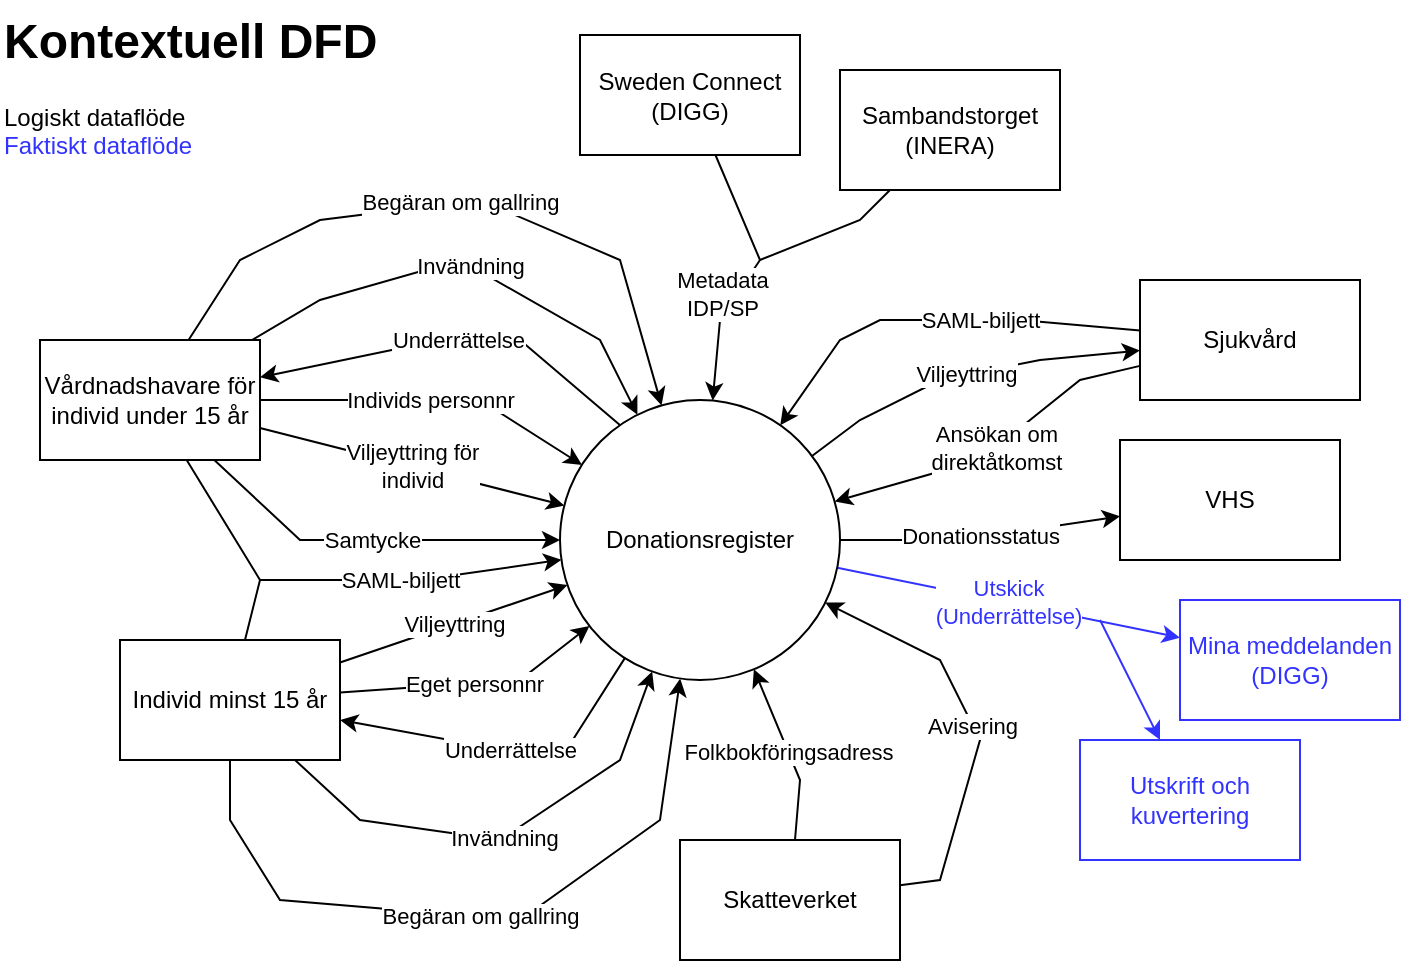
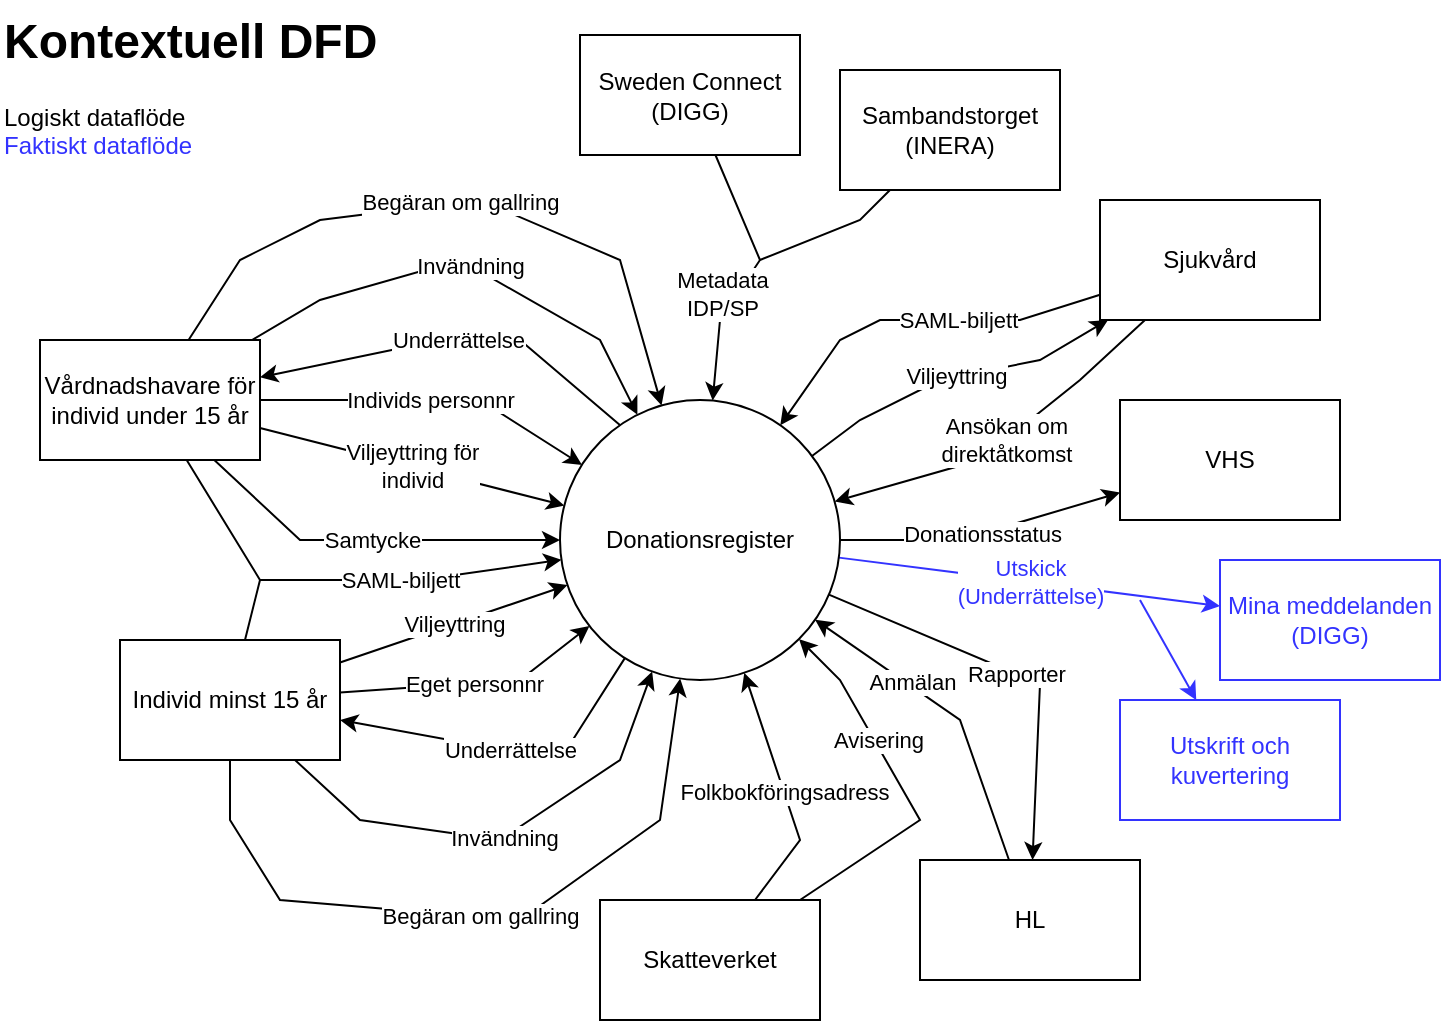
<mxfile host="app.diagrams.net" pages="3">
  <diagram name="Kontextuell DFD" id="F3DC_KPKV7Cfi4B8QXFW">
    <mxGraphModel dx="1172" dy="678" grid="1" gridSize="10" guides="1" tooltips="1" connect="1" arrows="1" fold="1" page="1" pageScale="1" pageWidth="827" pageHeight="1169" math="0" shadow="0">
      <root>
        <mxCell id="0" />
        <mxCell id="1" parent="0" />
        <mxCell id="8-SjN_EHFgN-SorVCnXN-8" edge="1" parent="1" source="8-SjN_EHFgN-SorVCnXN-1" style="edgeStyle=none;shape=connector;rounded=0;orthogonalLoop=1;jettySize=auto;html=1;strokeColor=default;align=center;verticalAlign=middle;fontFamily=Helvetica;fontSize=11;fontColor=default;labelBackgroundColor=default;endArrow=classic;exitX=0.238;exitY=0.11;exitDx=0;exitDy=0;exitPerimeter=0;" target="8-SjN_EHFgN-SorVCnXN-2" value="Underrättelse">
          <mxGeometry relative="1" as="geometry">
            <Array as="points">
              <mxPoint x="300" y="210" />
              <mxPoint x="260" y="210" />
            </Array>
          </mxGeometry>
        </mxCell>
        <mxCell id="8-SjN_EHFgN-SorVCnXN-9" edge="1" parent="1" source="8-SjN_EHFgN-SorVCnXN-1" style="edgeStyle=none;shape=connector;rounded=0;orthogonalLoop=1;jettySize=auto;html=1;strokeColor=default;align=center;verticalAlign=middle;fontFamily=Helvetica;fontSize=11;fontColor=default;labelBackgroundColor=default;endArrow=classic;" target="8-SjN_EHFgN-SorVCnXN-4" value="Underrättelse">
          <mxGeometry relative="1" as="geometry">
            <Array as="points">
              <mxPoint x="320" y="420" />
            </Array>
          </mxGeometry>
        </mxCell>
        <mxCell id="vmO4fVELBJI4xzzginw8-5" edge="1" parent="1" source="8-SjN_EHFgN-SorVCnXN-1" style="edgeStyle=none;shape=connector;rounded=0;orthogonalLoop=1;jettySize=auto;html=1;strokeColor=default;align=center;verticalAlign=middle;fontFamily=Helvetica;fontSize=11;fontColor=default;labelBackgroundColor=default;endArrow=classic;" target="vmO4fVELBJI4xzzginw8-4" value="Donationsstatus">
          <mxGeometry relative="1" as="geometry">
            <Array as="points">
              <mxPoint x="520" y="310" />
            </Array>
          </mxGeometry>
        </mxCell>
        <mxCell id="vmO4fVELBJI4xzzginw8-6" edge="1" parent="1" source="8-SjN_EHFgN-SorVCnXN-1" style="edgeStyle=none;shape=connector;rounded=0;orthogonalLoop=1;jettySize=auto;html=1;strokeColor=default;align=center;verticalAlign=middle;fontFamily=Helvetica;fontSize=11;fontColor=default;labelBackgroundColor=default;endArrow=classic;" target="vmO4fVELBJI4xzzginw8-3" value="Viljeyttring">
          <mxGeometry relative="1" as="geometry">
            <Array as="points">
              <mxPoint x="470" y="250" />
              <mxPoint x="510" y="230" />
              <mxPoint x="560" y="220" />
            </Array>
          </mxGeometry>
        </mxCell>
        <mxCell id="vmO4fVELBJI4xzzginw8-18" edge="1" parent="1" source="8-SjN_EHFgN-SorVCnXN-1" style="edgeStyle=none;shape=connector;rounded=0;orthogonalLoop=1;jettySize=auto;html=1;strokeColor=#3333FF;align=center;verticalAlign=middle;fontFamily=Helvetica;fontSize=11;fontColor=#3333FF;labelBackgroundColor=default;endArrow=classic;" target="vmO4fVELBJI4xzzginw8-14" value="Utskick&lt;div&gt;(Underrättelse)&lt;/div&gt;">
          <mxGeometry relative="1" as="geometry" />
        </mxCell>
        <mxCell id="vmO4fVELBJI4xzzginw8-19" edge="1" parent="1" style="edgeStyle=none;shape=connector;rounded=0;orthogonalLoop=1;jettySize=auto;html=1;strokeColor=#3333FF;align=center;verticalAlign=middle;fontFamily=Helvetica;fontSize=11;fontColor=#3333FF;labelBackgroundColor=default;endArrow=classic;" target="vmO4fVELBJI4xzzginw8-17">
          <mxGeometry relative="1" as="geometry">
-             <mxPoint x="590" y="350" as="sourcePoint" />
+             <mxPoint x="610" y="340" as="sourcePoint" />
          </mxGeometry>
        </mxCell>
        <mxCell id="8-SjN_EHFgN-SorVCnXN-1" parent="1" style="ellipse;whiteSpace=wrap;html=1;aspect=fixed;" value="Donationsregister" vertex="1">
          <mxGeometry height="140" width="140" x="320" y="240" as="geometry" />
        </mxCell>
        <mxCell id="8-SjN_EHFgN-SorVCnXN-5" edge="1" parent="1" source="8-SjN_EHFgN-SorVCnXN-2" style="rounded=0;orthogonalLoop=1;jettySize=auto;html=1;strokeColor=default;align=center;verticalAlign=middle;fontFamily=Helvetica;fontSize=11;fontColor=default;labelBackgroundColor=default;endArrow=classic;" target="8-SjN_EHFgN-SorVCnXN-1" value="Viljeyttring för&lt;div&gt;individ&lt;/div&gt;">
          <mxGeometry relative="1" as="geometry" />
        </mxCell>
        <mxCell id="vmO4fVELBJI4xzzginw8-1" edge="1" parent="1" source="8-SjN_EHFgN-SorVCnXN-2" style="edgeStyle=none;shape=connector;rounded=0;orthogonalLoop=1;jettySize=auto;html=1;strokeColor=default;align=center;verticalAlign=middle;fontFamily=Helvetica;fontSize=11;fontColor=default;labelBackgroundColor=default;endArrow=classic;curved=0;" target="8-SjN_EHFgN-SorVCnXN-1" value="Invändning">
          <mxGeometry relative="1" as="geometry">
            <Array as="points">
              <mxPoint x="200" y="190" />
              <mxPoint x="270" y="170" />
              <mxPoint x="340" y="210" />
            </Array>
          </mxGeometry>
        </mxCell>
        <mxCell id="vmO4fVELBJI4xzzginw8-29" edge="1" parent="1" source="8-SjN_EHFgN-SorVCnXN-2" style="edgeStyle=none;shape=connector;rounded=0;orthogonalLoop=1;jettySize=auto;html=1;strokeColor=default;align=center;verticalAlign=middle;fontFamily=Helvetica;fontSize=11;fontColor=default;labelBackgroundColor=default;endArrow=classic;" target="8-SjN_EHFgN-SorVCnXN-1" value="Samtycke">
          <mxGeometry relative="1" as="geometry">
            <Array as="points">
              <mxPoint x="190" y="310" />
            </Array>
          </mxGeometry>
        </mxCell>
        <mxCell id="vmO4fVELBJI4xzzginw8-31" edge="1" parent="1" source="8-SjN_EHFgN-SorVCnXN-2" style="edgeStyle=none;shape=connector;rounded=0;orthogonalLoop=1;jettySize=auto;html=1;strokeColor=default;align=center;verticalAlign=middle;fontFamily=Helvetica;fontSize=11;fontColor=default;labelBackgroundColor=default;endArrow=classic;" target="8-SjN_EHFgN-SorVCnXN-1" value="Begäran om gallring">
          <mxGeometry relative="1" as="geometry">
            <Array as="points">
              <mxPoint x="160" y="170" />
              <mxPoint x="200" y="150" />
              <mxPoint x="280" y="140" />
              <mxPoint x="350" y="170" />
            </Array>
          </mxGeometry>
        </mxCell>
        <mxCell id="8-SjN_EHFgN-SorVCnXN-2" parent="1" style="rounded=0;whiteSpace=wrap;html=1;" value="Vårdnadshavare för individ under 15 år" vertex="1">
          <mxGeometry height="60" width="110" x="60" y="210" as="geometry" />
        </mxCell>
        <mxCell id="8-SjN_EHFgN-SorVCnXN-7" edge="1" parent="1" source="8-SjN_EHFgN-SorVCnXN-4" style="shape=connector;rounded=0;orthogonalLoop=1;jettySize=auto;html=1;strokeColor=default;align=center;verticalAlign=middle;fontFamily=Helvetica;fontSize=11;fontColor=default;labelBackgroundColor=default;endArrow=classic;" target="8-SjN_EHFgN-SorVCnXN-1" value="Viljeyttring">
          <mxGeometry relative="1" as="geometry">
            <Array as="points" />
          </mxGeometry>
        </mxCell>
        <mxCell id="vmO4fVELBJI4xzzginw8-2" edge="1" parent="1" source="8-SjN_EHFgN-SorVCnXN-4" style="edgeStyle=none;shape=connector;rounded=0;orthogonalLoop=1;jettySize=auto;html=1;strokeColor=default;align=center;verticalAlign=middle;fontFamily=Helvetica;fontSize=11;fontColor=default;labelBackgroundColor=default;endArrow=classic;" target="8-SjN_EHFgN-SorVCnXN-1" value="Invändning">
          <mxGeometry relative="1" as="geometry">
            <Array as="points">
              <mxPoint x="220" y="450" />
              <mxPoint x="290" y="460" />
              <mxPoint x="350" y="420" />
            </Array>
          </mxGeometry>
        </mxCell>
        <mxCell id="vmO4fVELBJI4xzzginw8-32" edge="1" parent="1" source="8-SjN_EHFgN-SorVCnXN-4" style="edgeStyle=none;shape=connector;rounded=0;orthogonalLoop=1;jettySize=auto;html=1;strokeColor=default;align=center;verticalAlign=middle;fontFamily=Helvetica;fontSize=11;fontColor=default;labelBackgroundColor=default;endArrow=classic;" target="8-SjN_EHFgN-SorVCnXN-1" value="Begäran om gallring">
          <mxGeometry relative="1" as="geometry">
            <Array as="points">
              <mxPoint x="155" y="450" />
              <mxPoint x="180" y="490" />
              <mxPoint x="300" y="500" />
              <mxPoint x="370" y="450" />
            </Array>
          </mxGeometry>
        </mxCell>
        <mxCell id="8-SjN_EHFgN-SorVCnXN-4" parent="1" style="rounded=0;whiteSpace=wrap;html=1;" value="Individ minst 15 år" vertex="1">
          <mxGeometry height="60" width="110" x="100" y="360" as="geometry" />
        </mxCell>
        <mxCell id="vmO4fVELBJI4xzzginw8-3" parent="1" style="rounded=0;whiteSpace=wrap;html=1;" value="Sjukvård" vertex="1">
-           <mxGeometry height="60" width="110" x="610" y="180" as="geometry" />
+           <mxGeometry height="60" width="110" x="590" y="140" as="geometry" />
        </mxCell>
        <mxCell id="vmO4fVELBJI4xzzginw8-30" edge="1" parent="1" source="vmO4fVELBJI4xzzginw8-3" style="edgeStyle=none;shape=connector;rounded=0;orthogonalLoop=1;jettySize=auto;html=1;strokeColor=default;align=center;verticalAlign=middle;fontFamily=Helvetica;fontSize=11;fontColor=default;labelBackgroundColor=default;endArrow=classic;" target="8-SjN_EHFgN-SorVCnXN-1" value="Ansökan om&lt;div&gt;direktåtkomst&lt;/div&gt;">
          <mxGeometry relative="1" as="geometry">
            <Array as="points">
              <mxPoint x="580" y="230" />
              <mxPoint x="530" y="270" />
            </Array>
          </mxGeometry>
        </mxCell>
        <mxCell id="vmO4fVELBJI4xzzginw8-4" parent="1" style="rounded=0;whiteSpace=wrap;html=1;" value="VHS" vertex="1">
-           <mxGeometry height="60" width="110" x="600" y="260" as="geometry" />
+           <mxGeometry height="60" width="110" x="600" y="240" as="geometry" />
        </mxCell>
        <mxCell id="vmO4fVELBJI4xzzginw8-9" edge="1" parent="1" source="vmO4fVELBJI4xzzginw8-7" style="edgeStyle=none;shape=connector;rounded=0;orthogonalLoop=1;jettySize=auto;html=1;strokeColor=default;align=center;verticalAlign=middle;fontFamily=Helvetica;fontSize=11;fontColor=default;labelBackgroundColor=default;endArrow=classic;" target="8-SjN_EHFgN-SorVCnXN-1" value="Folkbokföringsadress">
          <mxGeometry relative="1" as="geometry">
            <Array as="points">
-               <mxPoint x="440" y="430" />
+               <mxPoint x="440" y="460" />
            </Array>
          </mxGeometry>
        </mxCell>
        <mxCell id="vmO4fVELBJI4xzzginw8-16" edge="1" parent="1" source="vmO4fVELBJI4xzzginw8-7" style="edgeStyle=none;shape=connector;rounded=0;orthogonalLoop=1;jettySize=auto;html=1;strokeColor=default;align=center;verticalAlign=middle;fontFamily=Helvetica;fontSize=11;fontColor=default;labelBackgroundColor=default;endArrow=classic;" target="8-SjN_EHFgN-SorVCnXN-1" value="Avisering">
-           <mxGeometry relative="1" as="geometry">
-             <Array as="points">
-               <mxPoint x="510" y="480" />
-               <mxPoint x="530" y="410" />
-               <mxPoint x="510" y="370" />
+           <mxGeometry relative="1" x="0.285" y="-2" as="geometry">
+             <mxPoint as="offset" />
+             <Array as="points">
+               <mxPoint x="500" y="450" />
+               <mxPoint x="460" y="380" />
            </Array>
          </mxGeometry>
        </mxCell>
        <mxCell id="vmO4fVELBJI4xzzginw8-7" parent="1" style="rounded=0;whiteSpace=wrap;html=1;" value="Skatteverket" vertex="1">
-           <mxGeometry height="60" width="110" x="380" y="460" as="geometry" />
+           <mxGeometry height="60" width="110" x="340" y="490" as="geometry" />
        </mxCell>
        <mxCell id="vmO4fVELBJI4xzzginw8-10" parent="1" style="rounded=0;whiteSpace=wrap;html=1;strokeColor=default;align=center;verticalAlign=middle;fontFamily=Helvetica;fontSize=12;fontColor=default;fillColor=default;" value="Sweden Connect (DIGG)" vertex="1">
          <mxGeometry height="60" width="110" x="330" y="57.5" as="geometry" />
        </mxCell>
        <mxCell id="vmO4fVELBJI4xzzginw8-12" parent="1" style="rounded=0;whiteSpace=wrap;html=1;strokeColor=default;align=center;verticalAlign=middle;fontFamily=Helvetica;fontSize=12;fontColor=default;fillColor=default;" value="Sambandstorget&lt;div&gt;(INERA)&lt;/div&gt;" vertex="1">
          <mxGeometry height="60" width="110" x="460" y="75" as="geometry" />
        </mxCell>
        <mxCell id="vmO4fVELBJI4xzzginw8-14" parent="1" style="rounded=0;whiteSpace=wrap;html=1;strokeColor=#3333FF;fontColor=#3333FF;" value="Mina meddelanden (DIGG)" vertex="1">
-           <mxGeometry height="60" width="110" x="630" y="340" as="geometry" />
+           <mxGeometry height="60" width="110" x="650" y="320" as="geometry" />
        </mxCell>
        <mxCell id="vmO4fVELBJI4xzzginw8-17" parent="1" style="rounded=0;whiteSpace=wrap;html=1;strokeColor=#3333FF;fontColor=#3333FF;" value="Utskrift och kuvertering" vertex="1">
-           <mxGeometry height="60" width="110" x="580" y="410" as="geometry" />
+           <mxGeometry height="60" width="110" x="600" y="390" as="geometry" />
        </mxCell>
        <mxCell id="vmO4fVELBJI4xzzginw8-22" edge="1" parent="1" source="8-SjN_EHFgN-SorVCnXN-2" style="edgeStyle=none;shape=connector;rounded=0;orthogonalLoop=1;jettySize=auto;html=1;strokeColor=default;align=center;verticalAlign=middle;fontFamily=Helvetica;fontSize=11;fontColor=default;labelBackgroundColor=default;endArrow=classic;" target="8-SjN_EHFgN-SorVCnXN-1" value="&lt;span data-path-to-node=&quot;0&quot; data-index-in-node=&quot;24&quot;&gt;SAML-biljett&lt;/span&gt;">
          <mxGeometry relative="1" x="0.2656" as="geometry">
            <mxPoint as="offset" />
            <Array as="points">
              <mxPoint x="170" y="330" />
              <mxPoint x="250" y="330" />
            </Array>
          </mxGeometry>
        </mxCell>
        <mxCell id="rN_Xq4Zumf5QhY3kbC1u-1" edge="1" parent="1" source="8-SjN_EHFgN-SorVCnXN-4" style="shape=connector;rounded=0;orthogonalLoop=1;jettySize=auto;html=1;strokeColor=default;align=center;verticalAlign=middle;fontFamily=Helvetica;fontSize=11;fontColor=default;labelBackgroundColor=default;endArrow=classic;" target="8-SjN_EHFgN-SorVCnXN-1" value="Eget personnr">
          <mxGeometry relative="1" as="geometry">
            <Array as="points">
              <mxPoint x="300" y="380" />
            </Array>
            <mxPoint x="300" y="418" as="sourcePoint" />
            <mxPoint x="414" y="380" as="targetPoint" />
          </mxGeometry>
        </mxCell>
        <mxCell id="rN_Xq4Zumf5QhY3kbC1u-2" edge="1" parent="1" source="8-SjN_EHFgN-SorVCnXN-2" style="shape=connector;rounded=0;orthogonalLoop=1;jettySize=auto;html=1;strokeColor=default;align=center;verticalAlign=middle;fontFamily=Helvetica;fontSize=11;fontColor=default;labelBackgroundColor=default;endArrow=classic;" target="8-SjN_EHFgN-SorVCnXN-1" value="Individs personnr">
          <mxGeometry relative="1" as="geometry">
            <Array as="points">
              <mxPoint x="280" y="240" />
            </Array>
            <mxPoint x="260" y="288" as="sourcePoint" />
            <mxPoint x="374" y="250" as="targetPoint" />
          </mxGeometry>
        </mxCell>
        <mxCell id="rN_Xq4Zumf5QhY3kbC1u-4" parent="1" style="text;html=1;whiteSpace=wrap;overflow=hidden;rounded=0;" value="&lt;h1 style=&quot;margin-top: 0px;&quot;&gt;Kontextuell DFD&lt;/h1&gt;&lt;p&gt;Logiskt dataflöde&lt;br&gt;&lt;font style=&quot;color: rgb(51, 51, 255);&quot;&gt;Faktiskt dataflöde&lt;/font&gt;&lt;/p&gt;" vertex="1">
          <mxGeometry height="95" width="320" x="40" y="40" as="geometry" />
        </mxCell>
        <mxCell id="Bssn7t3Lm4cZQMGQEqIL-1" edge="1" parent="1" source="vmO4fVELBJI4xzzginw8-3" style="edgeStyle=none;shape=connector;rounded=0;orthogonalLoop=1;jettySize=auto;html=1;strokeColor=default;align=center;verticalAlign=middle;fontFamily=Helvetica;fontSize=11;fontColor=default;labelBackgroundColor=default;endArrow=classic;" target="8-SjN_EHFgN-SorVCnXN-1" value="SAML-biljett">
          <mxGeometry relative="1" x="-0.216" as="geometry">
            <mxPoint as="offset" />
            <Array as="points">
              <mxPoint x="550" y="200" />
              <mxPoint x="480" y="200" />
              <mxPoint x="460" y="210" />
            </Array>
            <mxPoint x="230" y="330" as="sourcePoint" />
            <mxPoint x="418" y="380" as="targetPoint" />
          </mxGeometry>
        </mxCell>
        <mxCell id="Bssn7t3Lm4cZQMGQEqIL-2" edge="1" parent="1" source="8-SjN_EHFgN-SorVCnXN-4" style="edgeStyle=none;shape=connector;rounded=0;orthogonalLoop=1;jettySize=auto;html=1;strokeColor=default;align=center;verticalAlign=middle;fontFamily=Helvetica;fontSize=11;fontColor=default;labelBackgroundColor=default;endArrow=none;endFill=0;">
          <mxGeometry relative="1" as="geometry">
            <Array as="points">
              <mxPoint x="170" y="330" />
            </Array>
            <mxPoint x="630" y="440" as="sourcePoint" />
            <mxPoint x="190" y="330" as="targetPoint" />
          </mxGeometry>
        </mxCell>
        <mxCell id="Bssn7t3Lm4cZQMGQEqIL-4" edge="1" parent="1" source="vmO4fVELBJI4xzzginw8-10" style="edgeStyle=none;shape=connector;rounded=0;orthogonalLoop=1;jettySize=auto;html=1;strokeColor=default;align=center;verticalAlign=middle;fontFamily=Helvetica;fontSize=11;fontColor=default;labelBackgroundColor=default;endArrow=classic;" target="8-SjN_EHFgN-SorVCnXN-1" value="&lt;div&gt;Metadata&lt;/div&gt;&lt;div&gt;IDP/SP&lt;/div&gt;">
          <mxGeometry relative="1" x="0.2295" y="-6" as="geometry">
            <mxPoint as="offset" />
            <Array as="points">
              <mxPoint x="420" y="170" />
              <mxPoint x="400" y="200" />
            </Array>
            <mxPoint x="440" y="465" as="sourcePoint" />
            <mxPoint x="420" y="380" as="targetPoint" />
          </mxGeometry>
        </mxCell>
        <mxCell id="Bssn7t3Lm4cZQMGQEqIL-6" edge="1" parent="1" style="edgeStyle=none;shape=connector;rounded=0;orthogonalLoop=1;jettySize=auto;html=1;strokeColor=default;align=center;verticalAlign=middle;fontFamily=Helvetica;fontSize=11;fontColor=default;labelBackgroundColor=default;endArrow=none;endFill=0;" target="vmO4fVELBJI4xzzginw8-12">
          <mxGeometry relative="1" as="geometry">
            <Array as="points">
              <mxPoint x="470" y="150" />
            </Array>
            <mxPoint x="420" y="170" as="sourcePoint" />
            <mxPoint x="490" y="150" as="targetPoint" />
+           </mxGeometry>
+         </mxCell>
+         <mxCell id="ez7D_KQtT1VtahEAUlYS-1" parent="1" style="rounded=0;whiteSpace=wrap;html=1;" value="HL" vertex="1">
+           <mxGeometry height="60" width="110" x="500" y="470" as="geometry" />
+         </mxCell>
+         <mxCell id="ez7D_KQtT1VtahEAUlYS-2" edge="1" parent="1" source="8-SjN_EHFgN-SorVCnXN-1" style="edgeStyle=none;shape=connector;rounded=0;orthogonalLoop=1;jettySize=auto;html=1;strokeColor=default;align=center;verticalAlign=middle;fontFamily=Helvetica;fontSize=11;fontColor=default;labelBackgroundColor=default;endArrow=classic;" target="ez7D_KQtT1VtahEAUlYS-1" value="Rapporter">
+           <mxGeometry relative="1" as="geometry">
+             <Array as="points">
+               <mxPoint x="560" y="382" />
+             </Array>
+             <mxPoint x="710" y="382" as="sourcePoint" />
+             <mxPoint x="850" y="370" as="targetPoint" />
+           </mxGeometry>
+         </mxCell>
+         <mxCell id="ez7D_KQtT1VtahEAUlYS-3" edge="1" parent="1" source="ez7D_KQtT1VtahEAUlYS-1" style="edgeStyle=none;shape=connector;rounded=0;orthogonalLoop=1;jettySize=auto;html=1;strokeColor=default;align=center;verticalAlign=middle;fontFamily=Helvetica;fontSize=11;fontColor=default;labelBackgroundColor=default;endArrow=classic;" target="8-SjN_EHFgN-SorVCnXN-1" value="Anmälan">
+           <mxGeometry relative="1" x="0.285" y="-2" as="geometry">
+             <mxPoint as="offset" />
+             <Array as="points">
+               <mxPoint x="520" y="400" />
+             </Array>
+             <mxPoint x="531" y="611" as="sourcePoint" />
+             <mxPoint x="530" y="480" as="targetPoint" />
          </mxGeometry>
        </mxCell>
      </root>
    </mxGraphModel>
  </diagram>
  <diagram id="tupl63VWHScNrBiLvC70" name="Konceptuell klassmodell">
    <mxGraphModel dx="1406" dy="814" grid="1" gridSize="10" guides="1" tooltips="1" connect="1" arrows="1" fold="1" page="1" pageScale="1" pageWidth="827" pageHeight="1169" math="0" shadow="0">
      <root>
        <mxCell id="0" />
        <mxCell id="1" parent="0" />
        <mxCell id="cSQvczOItniMIweKlyAm-1" parent="1" style="text;html=1;whiteSpace=wrap;overflow=hidden;rounded=0;" value="&lt;h1 style=&quot;margin-top: 0px;&quot;&gt;Konceptuell klassmodell&lt;/h1&gt;" vertex="1">
          <mxGeometry height="95" width="320" x="40" y="40" as="geometry" />
        </mxCell>
        <mxCell id="cSQvczOItniMIweKlyAm-2" parent="1" style="swimlane;fontStyle=0;childLayout=stackLayout;horizontal=1;startSize=26;fillColor=none;horizontalStack=0;resizeParent=1;resizeParentMax=0;resizeLast=0;collapsible=1;marginBottom=0;whiteSpace=wrap;html=1;" value="Enskild" vertex="1">
          <mxGeometry height="182" width="140" x="80" y="460" as="geometry" />
        </mxCell>
        <mxCell id="cSQvczOItniMIweKlyAm-3" parent="cSQvczOItniMIweKlyAm-2" style="text;strokeColor=none;fillColor=none;align=left;verticalAlign=top;spacingLeft=4;spacingRight=4;overflow=hidden;rotatable=0;points=[[0,0.5],[1,0.5]];portConstraint=eastwest;whiteSpace=wrap;html=1;" value="PersId: UID" vertex="1">
          <mxGeometry height="26" width="140" y="26" as="geometry" />
        </mxCell>
        <mxCell id="cSQvczOItniMIweKlyAm-4" parent="cSQvczOItniMIweKlyAm-2" style="text;strokeColor=none;fillColor=none;align=left;verticalAlign=top;spacingLeft=4;spacingRight=4;overflow=hidden;rotatable=0;points=[[0,0.5],[1,0.5]];portConstraint=eastwest;whiteSpace=wrap;html=1;" value="Pnr: Char(12)" vertex="1">
          <mxGeometry height="26" width="140" y="52" as="geometry" />
        </mxCell>
        <mxCell id="cSQvczOItniMIweKlyAm-57" parent="cSQvczOItniMIweKlyAm-2" style="text;strokeColor=none;fillColor=none;align=left;verticalAlign=top;spacingLeft=4;spacingRight=4;overflow=hidden;rotatable=0;points=[[0,0.5],[1,0.5]];portConstraint=eastwest;whiteSpace=wrap;html=1;" value="SKV-kod: String[0..1]" vertex="1">
          <mxGeometry height="26" width="140" y="78" as="geometry" />
        </mxCell>
        <mxCell id="cSQvczOItniMIweKlyAm-10" parent="cSQvczOItniMIweKlyAm-2" style="text;strokeColor=none;fillColor=none;align=left;verticalAlign=top;spacingLeft=4;spacingRight=4;overflow=hidden;rotatable=0;points=[[0,0.5],[1,0.5]];portConstraint=eastwest;whiteSpace=wrap;html=1;" value="Skyddad: Ja/Nej" vertex="1">
          <mxGeometry height="26" width="140" y="104" as="geometry" />
        </mxCell>
        <mxCell id="AWJU5LGrgw8Wl6eSMpXB-3" parent="cSQvczOItniMIweKlyAm-2" style="text;strokeColor=none;fillColor=none;align=left;verticalAlign=top;spacingLeft=4;spacingRight=4;overflow=hidden;rotatable=0;points=[[0,0.5],[1,0.5]];portConstraint=eastwest;whiteSpace=wrap;html=1;" value="FgPnr: Char(12)[0..1]" vertex="1">
          <mxGeometry height="26" width="140" y="130" as="geometry" />
        </mxCell>
        <mxCell id="AWJU5LGrgw8Wl6eSMpXB-4" parent="cSQvczOItniMIweKlyAm-2" style="text;strokeColor=none;fillColor=none;align=left;verticalAlign=top;spacingLeft=4;spacingRight=4;overflow=hidden;rotatable=0;points=[[0,0.5],[1,0.5]];portConstraint=eastwest;whiteSpace=wrap;html=1;" value="Ändrad: Date[0..1]" vertex="1">
          <mxGeometry height="26" width="140" y="156" as="geometry" />
        </mxCell>
        <mxCell id="cSQvczOItniMIweKlyAm-6" parent="1" style="swimlane;fontStyle=0;childLayout=stackLayout;horizontal=1;startSize=26;fillColor=none;horizontalStack=0;resizeParent=1;resizeParentMax=0;resizeLast=0;collapsible=1;marginBottom=0;whiteSpace=wrap;html=1;" value="Anmälan" vertex="1">
          <mxGeometry height="234" width="180" x="310" y="460" as="geometry" />
        </mxCell>
        <mxCell id="AWJU5LGrgw8Wl6eSMpXB-1" parent="cSQvczOItniMIweKlyAm-6" style="text;strokeColor=none;fillColor=none;align=left;verticalAlign=top;spacingLeft=4;spacingRight=4;overflow=hidden;rotatable=0;points=[[0,0.5],[1,0.5]];portConstraint=eastwest;whiteSpace=wrap;html=1;" value="Id: UID" vertex="1">
          <mxGeometry height="26" width="180" y="26" as="geometry" />
        </mxCell>
        <mxCell id="cSQvczOItniMIweKlyAm-7" parent="cSQvczOItniMIweKlyAm-6" style="text;strokeColor=none;fillColor=none;align=left;verticalAlign=top;spacingLeft=4;spacingRight=4;overflow=hidden;rotatable=0;points=[[0,0.5],[1,0.5]];portConstraint=eastwest;whiteSpace=wrap;html=1;" value="Löpnr: Integer" vertex="1">
          <mxGeometry height="26" width="180" y="52" as="geometry" />
        </mxCell>
        <mxCell id="cSQvczOItniMIweKlyAm-9" parent="cSQvczOItniMIweKlyAm-6" style="text;strokeColor=none;fillColor=none;align=left;verticalAlign=top;spacingLeft=4;spacingRight=4;overflow=hidden;rotatable=0;points=[[0,0.5],[1,0.5]];portConstraint=eastwest;whiteSpace=wrap;html=1;" value="Regdatum: Date" vertex="1">
          <mxGeometry height="26" width="180" y="78" as="geometry" />
        </mxCell>
        <mxCell id="cSQvczOItniMIweKlyAm-5" parent="cSQvczOItniMIweKlyAm-6" style="text;strokeColor=none;fillColor=none;align=left;verticalAlign=top;spacingLeft=4;spacingRight=4;overflow=hidden;rotatable=0;points=[[0,0.5],[1,0.5]];portConstraint=eastwest;whiteSpace=wrap;html=1;" value="Inställning: Ja/Nej" vertex="1">
          <mxGeometry height="26" width="180" y="104" as="geometry" />
        </mxCell>
        <mxCell id="cSQvczOItniMIweKlyAm-23" parent="cSQvczOItniMIweKlyAm-6" style="text;strokeColor=none;fillColor=none;align=left;verticalAlign=top;spacingLeft=4;spacingRight=4;overflow=hidden;rotatable=0;points=[[0,0.5],[1,0.5]];portConstraint=eastwest;whiteSpace=wrap;html=1;" value="Status: Enum(...)" vertex="1">
          <mxGeometry height="26" width="180" y="130" as="geometry" />
        </mxCell>
        <mxCell id="AWJU5LGrgw8Wl6eSMpXB-2" parent="cSQvczOItniMIweKlyAm-6" style="text;strokeColor=none;fillColor=none;align=left;verticalAlign=top;spacingLeft=4;spacingRight=4;overflow=hidden;rotatable=0;points=[[0,0.5],[1,0.5]];portConstraint=eastwest;whiteSpace=wrap;html=1;" value="Typ: Enum(...)" vertex="1">
          <mxGeometry height="26" width="180" y="156" as="geometry" />
        </mxCell>
        <mxCell id="cSQvczOItniMIweKlyAm-68" parent="cSQvczOItniMIweKlyAm-6" style="text;strokeColor=none;fillColor=none;align=left;verticalAlign=top;spacingLeft=4;spacingRight=4;overflow=hidden;rotatable=0;points=[[0,0.5],[1,0.5]];portConstraint=eastwest;whiteSpace=wrap;html=1;" value="HL-Id: String[0..1}" vertex="1">
          <mxGeometry height="26" width="180" y="182" as="geometry" />
        </mxCell>
        <mxCell id="cSQvczOItniMIweKlyAm-59" parent="cSQvczOItniMIweKlyAm-6" style="text;strokeColor=none;fillColor=none;align=left;verticalAlign=top;spacingLeft=4;spacingRight=4;overflow=hidden;rotatable=0;points=[[0,0.5],[1,0.5]];portConstraint=eastwest;whiteSpace=wrap;html=1;" value="Diarienr: String[0..1}" vertex="1">
          <mxGeometry height="26" width="180" y="208" as="geometry" />
        </mxCell>
        <mxCell id="cSQvczOItniMIweKlyAm-11" edge="1" parent="1" source="cSQvczOItniMIweKlyAm-2" style="endArrow=open;html=1;endSize=12;startArrow=diamondThin;startSize=14;startFill=1;edgeStyle=orthogonalEdgeStyle;align=left;verticalAlign=bottom;rounded=0;" target="cSQvczOItniMIweKlyAm-6" value="1">
          <mxGeometry relative="1" x="-1" y="3" as="geometry">
            <mxPoint x="220" y="430" as="sourcePoint" />
            <mxPoint x="380" y="430" as="targetPoint" />
          </mxGeometry>
        </mxCell>
        <mxCell id="cSQvczOItniMIweKlyAm-12" parent="1" style="swimlane;fontStyle=0;childLayout=stackLayout;horizontal=1;startSize=26;fillColor=none;horizontalStack=0;resizeParent=1;resizeParentMax=0;resizeLast=0;collapsible=1;marginBottom=0;whiteSpace=wrap;html=1;" value="Undantag" vertex="1">
          <mxGeometry height="78" width="140" x="330" y="780" as="geometry" />
        </mxCell>
        <mxCell id="cSQvczOItniMIweKlyAm-15" parent="cSQvczOItniMIweKlyAm-12" style="text;strokeColor=none;fillColor=none;align=left;verticalAlign=top;spacingLeft=4;spacingRight=4;overflow=hidden;rotatable=0;points=[[0,0.5],[1,0.5]];portConstraint=eastwest;whiteSpace=wrap;html=1;" value="Nr: Integer" vertex="1">
          <mxGeometry height="26" width="140" y="26" as="geometry" />
        </mxCell>
        <mxCell id="cSQvczOItniMIweKlyAm-13" parent="cSQvczOItniMIweKlyAm-12" style="text;strokeColor=none;fillColor=none;align=left;verticalAlign=top;spacingLeft=4;spacingRight=4;overflow=hidden;rotatable=0;points=[[0,0.5],[1,0.5]];portConstraint=eastwest;whiteSpace=wrap;html=1;" value="Benämning: String" vertex="1">
          <mxGeometry height="26" width="140" y="52" as="geometry" />
        </mxCell>
        <mxCell id="cSQvczOItniMIweKlyAm-24" parent="1" style="swimlane;fontStyle=0;childLayout=stackLayout;horizontal=1;startSize=26;fillColor=none;horizontalStack=0;resizeParent=1;resizeParentMax=0;resizeLast=0;collapsible=1;marginBottom=0;whiteSpace=wrap;html=1;" value="Samtycke" vertex="1">
          <mxGeometry height="130" width="180" x="590" y="486" as="geometry" />
        </mxCell>
        <mxCell id="cSQvczOItniMIweKlyAm-25" parent="cSQvczOItniMIweKlyAm-24" style="text;strokeColor=none;fillColor=none;align=left;verticalAlign=top;spacingLeft=4;spacingRight=4;overflow=hidden;rotatable=0;points=[[0,0.5],[1,0.5]];portConstraint=eastwest;whiteSpace=wrap;html=1;" value="Pnr: Char(12)" vertex="1">
          <mxGeometry height="26" width="180" y="26" as="geometry" />
        </mxCell>
        <mxCell id="cSQvczOItniMIweKlyAm-27" parent="cSQvczOItniMIweKlyAm-24" style="text;strokeColor=none;fillColor=none;align=left;verticalAlign=top;spacingLeft=4;spacingRight=4;overflow=hidden;rotatable=0;points=[[0,0.5],[1,0.5]];portConstraint=eastwest;whiteSpace=wrap;html=1;" value="Frågedatum: Date" vertex="1">
          <mxGeometry height="26" width="180" y="52" as="geometry" />
        </mxCell>
        <mxCell id="cSQvczOItniMIweKlyAm-61" parent="cSQvczOItniMIweKlyAm-24" style="text;strokeColor=none;fillColor=none;align=left;verticalAlign=top;spacingLeft=4;spacingRight=4;overflow=hidden;rotatable=0;points=[[0,0.5],[1,0.5]];portConstraint=eastwest;whiteSpace=wrap;html=1;" value="Svarsdatum: Date[0..1]" vertex="1">
          <mxGeometry height="26" width="180" y="78" as="geometry" />
        </mxCell>
        <mxCell id="cSQvczOItniMIweKlyAm-28" parent="cSQvczOItniMIweKlyAm-24" style="text;strokeColor=none;fillColor=none;align=left;verticalAlign=top;spacingLeft=4;spacingRight=4;overflow=hidden;rotatable=0;points=[[0,0.5],[1,0.5]];portConstraint=eastwest;whiteSpace=wrap;html=1;" value="Status: Enum(Väntar, Ja, Nej)" vertex="1">
          <mxGeometry height="26" width="180" y="104" as="geometry" />
        </mxCell>
        <mxCell id="cSQvczOItniMIweKlyAm-29" edge="1" parent="1" source="cSQvczOItniMIweKlyAm-6" style="endArrow=open;html=1;endSize=12;startArrow=diamondThin;startSize=14;startFill=1;edgeStyle=orthogonalEdgeStyle;align=left;verticalAlign=bottom;rounded=0;" target="cSQvczOItniMIweKlyAm-24" value="1">
          <mxGeometry relative="1" x="-1" y="3" as="geometry">
            <mxPoint x="510" y="610" as="sourcePoint" />
            <mxPoint x="620" y="610" as="targetPoint" />
          </mxGeometry>
        </mxCell>
        <mxCell id="cSQvczOItniMIweKlyAm-31" connectable="0" parent="cSQvczOItniMIweKlyAm-29" style="edgeLabel;html=1;align=center;verticalAlign=middle;resizable=0;points=[];" value="0..2" vertex="1">
          <mxGeometry relative="1" x="0.9044" as="geometry">
            <mxPoint x="-9" y="-14" as="offset" />
          </mxGeometry>
        </mxCell>
        <mxCell id="cSQvczOItniMIweKlyAm-32" parent="1" style="swimlane;fontStyle=0;childLayout=stackLayout;horizontal=1;startSize=26;fillColor=none;horizontalStack=0;resizeParent=1;resizeParentMax=0;resizeLast=0;collapsible=1;marginBottom=0;whiteSpace=wrap;html=1;" value="Underrättelse" vertex="1">
          <mxGeometry height="286" width="180" x="310" y="120" as="geometry" />
        </mxCell>
        <mxCell id="cSQvczOItniMIweKlyAm-47" parent="cSQvczOItniMIweKlyAm-32" style="text;strokeColor=none;fillColor=none;align=left;verticalAlign=top;spacingLeft=4;spacingRight=4;overflow=hidden;rotatable=0;points=[[0,0.5],[1,0.5]];portConstraint=eastwest;whiteSpace=wrap;html=1;" value="Typ: Enum(Brev, eBrev)" vertex="1">
          <mxGeometry height="26" width="180" y="26" as="geometry" />
        </mxCell>
        <mxCell id="cSQvczOItniMIweKlyAm-34" parent="cSQvczOItniMIweKlyAm-32" style="text;strokeColor=none;fillColor=none;align=left;verticalAlign=top;spacingLeft=4;spacingRight=4;overflow=hidden;rotatable=0;points=[[0,0.5],[1,0.5]];portConstraint=eastwest;whiteSpace=wrap;html=1;" value="Namn: String" vertex="1">
          <mxGeometry height="26" width="180" y="52" as="geometry" />
        </mxCell>
        <mxCell id="cSQvczOItniMIweKlyAm-35" parent="cSQvczOItniMIweKlyAm-32" style="text;strokeColor=none;fillColor=none;align=left;verticalAlign=top;spacingLeft=4;spacingRight=4;overflow=hidden;rotatable=0;points=[[0,0.5],[1,0.5]];portConstraint=eastwest;whiteSpace=wrap;html=1;" value="Adress1: String" vertex="1">
          <mxGeometry height="26" width="180" y="78" as="geometry" />
        </mxCell>
        <mxCell id="cSQvczOItniMIweKlyAm-37" parent="cSQvczOItniMIweKlyAm-32" style="text;strokeColor=none;fillColor=none;align=left;verticalAlign=top;spacingLeft=4;spacingRight=4;overflow=hidden;rotatable=0;points=[[0,0.5],[1,0.5]];portConstraint=eastwest;whiteSpace=wrap;html=1;" value="Adress2: String" vertex="1">
          <mxGeometry height="26" width="180" y="104" as="geometry" />
        </mxCell>
        <mxCell id="cSQvczOItniMIweKlyAm-43" parent="cSQvczOItniMIweKlyAm-32" style="text;strokeColor=none;fillColor=none;align=left;verticalAlign=top;spacingLeft=4;spacingRight=4;overflow=hidden;rotatable=0;points=[[0,0.5],[1,0.5]];portConstraint=eastwest;whiteSpace=wrap;html=1;" value="Postnr: String" vertex="1">
          <mxGeometry height="26" width="180" y="130" as="geometry" />
        </mxCell>
        <mxCell id="cSQvczOItniMIweKlyAm-44" parent="cSQvczOItniMIweKlyAm-32" style="text;strokeColor=none;fillColor=none;align=left;verticalAlign=top;spacingLeft=4;spacingRight=4;overflow=hidden;rotatable=0;points=[[0,0.5],[1,0.5]];portConstraint=eastwest;whiteSpace=wrap;html=1;" value="Postort: String" vertex="1">
          <mxGeometry height="26" width="180" y="156" as="geometry" />
        </mxCell>
        <mxCell id="cSQvczOItniMIweKlyAm-45" parent="cSQvczOItniMIweKlyAm-32" style="text;strokeColor=none;fillColor=none;align=left;verticalAlign=top;spacingLeft=4;spacingRight=4;overflow=hidden;rotatable=0;points=[[0,0.5],[1,0.5]];portConstraint=eastwest;whiteSpace=wrap;html=1;" value="Land: String" vertex="1">
          <mxGeometry height="26" width="180" y="182" as="geometry" />
        </mxCell>
        <mxCell id="cSQvczOItniMIweKlyAm-46" parent="cSQvczOItniMIweKlyAm-32" style="text;strokeColor=none;fillColor=none;align=left;verticalAlign=top;spacingLeft=4;spacingRight=4;overflow=hidden;rotatable=0;points=[[0,0.5],[1,0.5]];portConstraint=eastwest;whiteSpace=wrap;html=1;" value="Datum: Date" vertex="1">
          <mxGeometry height="26" width="180" y="208" as="geometry" />
        </mxCell>
        <mxCell id="cSQvczOItniMIweKlyAm-58" parent="cSQvczOItniMIweKlyAm-32" style="text;strokeColor=none;fillColor=none;align=left;verticalAlign=top;spacingLeft=4;spacingRight=4;overflow=hidden;rotatable=0;points=[[0,0.5],[1,0.5]];portConstraint=eastwest;whiteSpace=wrap;html=1;" value="Status: Enum(Köad, Skickad)" vertex="1">
          <mxGeometry height="26" width="180" y="234" as="geometry" />
        </mxCell>
        <mxCell id="cSQvczOItniMIweKlyAm-62" parent="cSQvczOItniMIweKlyAm-32" style="text;strokeColor=none;fillColor=none;align=left;verticalAlign=top;spacingLeft=4;spacingRight=4;overflow=hidden;rotatable=0;points=[[0,0.5],[1,0.5]];portConstraint=eastwest;whiteSpace=wrap;html=1;" value="PDF: Blob" vertex="1">
          <mxGeometry height="26" width="180" y="260" as="geometry" />
        </mxCell>
        <mxCell id="cSQvczOItniMIweKlyAm-48" edge="1" parent="1" source="cSQvczOItniMIweKlyAm-6" style="endArrow=none;html=1;edgeStyle=orthogonalEdgeStyle;rounded=0;" target="cSQvczOItniMIweKlyAm-12" value="">
          <mxGeometry relative="1" as="geometry">
            <mxPoint x="300" y="650" as="sourcePoint" />
            <mxPoint x="460" y="650" as="targetPoint" />
          </mxGeometry>
        </mxCell>
        <mxCell id="cSQvczOItniMIweKlyAm-49" connectable="0" parent="cSQvczOItniMIweKlyAm-48" style="edgeLabel;resizable=0;html=1;align=left;verticalAlign=bottom;" value="0..n" vertex="1">
          <mxGeometry relative="1" x="-1" as="geometry">
            <mxPoint x="2" y="21" as="offset" />
          </mxGeometry>
        </mxCell>
        <mxCell id="cSQvczOItniMIweKlyAm-50" connectable="0" parent="cSQvczOItniMIweKlyAm-48" style="edgeLabel;resizable=0;html=1;align=right;verticalAlign=bottom;" value="0..n" vertex="1">
          <mxGeometry relative="1" x="1" as="geometry">
            <mxPoint x="-4" y="-5" as="offset" />
          </mxGeometry>
        </mxCell>
        <mxCell id="cSQvczOItniMIweKlyAm-51" edge="1" parent="1" source="cSQvczOItniMIweKlyAm-2" style="endArrow=open;html=1;endSize=12;startArrow=diamondThin;startSize=14;startFill=0;edgeStyle=orthogonalEdgeStyle;rounded=0;" target="cSQvczOItniMIweKlyAm-32" value="">
          <mxGeometry relative="1" x="0.0003" as="geometry">
            <mxPoint as="offset" />
            <Array as="points">
              <mxPoint x="160" y="250" />
            </Array>
            <mxPoint x="160" y="480" as="sourcePoint" />
            <mxPoint x="320" y="480" as="targetPoint" />
          </mxGeometry>
        </mxCell>
        <mxCell id="cSQvczOItniMIweKlyAm-53" connectable="0" parent="cSQvczOItniMIweKlyAm-51" style="edgeLabel;resizable=0;html=1;align=right;verticalAlign=top;" value="0..1" vertex="1">
          <mxGeometry relative="1" x="1" as="geometry">
            <mxPoint x="-17" as="offset" />
          </mxGeometry>
        </mxCell>
        <mxCell id="cSQvczOItniMIweKlyAm-54" edge="1" parent="1" style="endArrow=open;html=1;endSize=12;startArrow=diamondThin;startSize=14;startFill=0;edgeStyle=orthogonalEdgeStyle;rounded=0;" target="cSQvczOItniMIweKlyAm-32" value="">
          <mxGeometry relative="1" x="0.0003" as="geometry">
            <mxPoint as="offset" />
            <Array as="points">
              <mxPoint x="670" y="250" />
            </Array>
            <mxPoint x="670" y="486" as="sourcePoint" />
            <mxPoint x="500" y="250" as="targetPoint" />
          </mxGeometry>
        </mxCell>
        <mxCell id="cSQvczOItniMIweKlyAm-56" connectable="0" parent="cSQvczOItniMIweKlyAm-54" style="edgeLabel;resizable=0;html=1;align=right;verticalAlign=top;" value="1" vertex="1">
          <mxGeometry relative="1" x="1" as="geometry">
            <mxPoint x="30" as="offset" />
          </mxGeometry>
        </mxCell>
        <mxCell id="cSQvczOItniMIweKlyAm-70" parent="1" style="text;whiteSpace=wrap;html=1;" value="0 = Njure
&#xa;1 = Lever
&#xa;2 = Bukspottkörtel
&#xa;3 = Hjärta/ hjärtklaffar
&#xa;4 = Lungor
&#xa;5 = Hornhinnor/ögon
&#xa;6 = Hjärtklaffar
&#xa;7 = Hud
&#xa;8 = Benvävnad
&#xa;9 = Muskelvävnad
&#xa;10 = Nervvävnad
&#xa;11 = Forskning *Ny*" vertex="1">
          <mxGeometry height="190" width="140" x="480" y="780" as="geometry" />
        </mxCell>
        <mxCell id="AWJU5LGrgw8Wl6eSMpXB-6" edge="1" parent="1" source="AWJU5LGrgw8Wl6eSMpXB-5" style="rounded=0;orthogonalLoop=1;jettySize=auto;html=1;entryX=0;entryY=0.5;entryDx=0;entryDy=0;endArrow=none;endFill=0;" target="AWJU5LGrgw8Wl6eSMpXB-2">
          <mxGeometry relative="1" as="geometry" />
        </mxCell>
        <mxCell id="AWJU5LGrgw8Wl6eSMpXB-5" parent="1" style="text;whiteSpace=wrap;html=1;strokeColor=default;" value="0 = E-tjänst eID&lt;br&gt;1 = E-tjänst anonym&lt;br&gt;2 = Brev, e-post&lt;br&gt;3 = Migrerat&lt;div&gt;&lt;br&gt;&lt;/div&gt;" vertex="1">
          <mxGeometry height="76" width="120" x="170" y="694" as="geometry" />
        </mxCell>
        <mxCell id="rofCotYiQy4Rss-aS5TK-1" parent="1" style="text;whiteSpace=wrap;html=1;strokeColor=default;" value="0 = Inkommen&lt;br&gt;1 = Väntar&lt;br&gt;2 = Godkänd&lt;br&gt;3 = Avbruten&lt;div&gt;&lt;br&gt;&lt;/div&gt;" vertex="1">
          <mxGeometry height="76" width="120" x="540" y="670" as="geometry" />
        </mxCell>
        <mxCell id="rofCotYiQy4Rss-aS5TK-3" edge="1" parent="1" source="rofCotYiQy4Rss-aS5TK-1" style="rounded=0;orthogonalLoop=1;jettySize=auto;html=1;endArrow=none;endFill=0;" target="cSQvczOItniMIweKlyAm-23">
          <mxGeometry relative="1" as="geometry">
            <mxPoint x="270" y="735" as="sourcePoint" />
            <mxPoint x="320" y="670" as="targetPoint" />
          </mxGeometry>
        </mxCell>
      </root>
    </mxGraphModel>
  </diagram>
  <diagram id="E-LDhWCQmroWOV0PNqT9" name="Livscykelmodeller">
    <mxGraphModel dx="1172" dy="678" grid="1" gridSize="10" guides="1" tooltips="1" connect="1" arrows="1" fold="1" page="1" pageScale="1" pageWidth="827" pageHeight="1169" math="0" shadow="0">
      <root>
        <mxCell id="0" />
        <mxCell id="1" parent="0" />
        <mxCell id="CYJjucyrZ51cZex0hds5-1" parent="1" style="text;html=1;whiteSpace=wrap;overflow=hidden;rounded=0;" value="&lt;h1 style=&quot;margin-top: 0px;&quot;&gt;Livscykelmodeller&lt;/h1&gt;" vertex="1">
          <mxGeometry height="40" width="320" x="40" y="40" as="geometry" />
        </mxCell>
        <mxCell id="CwNYav6DD1hfnaNcgPTv-1" parent="1" style="ellipse;html=1;shape=startState;fillColor=#000000;strokeColor=#ff0000;" value="" vertex="1">
          <mxGeometry height="30" width="30" x="305" y="100" as="geometry" />
        </mxCell>
        <mxCell id="CwNYav6DD1hfnaNcgPTv-2" edge="1" parent="1" source="CwNYav6DD1hfnaNcgPTv-1" style="edgeStyle=orthogonalEdgeStyle;html=1;verticalAlign=bottom;endArrow=open;endSize=8;strokeColor=#ff0000;rounded=0;align=left;" value="&lt;div style=&quot;&quot;&gt;E: Ny&lt;/div&gt;&lt;div style=&quot;&quot;&gt;T: Påbörja personkontroll&amp;nbsp;&lt;/div&gt;">
          <mxGeometry relative="1" x="0.6667" as="geometry">
            <mxPoint as="offset" />
            <mxPoint x="320" y="190" as="targetPoint" />
          </mxGeometry>
        </mxCell>
        <mxCell id="CwNYav6DD1hfnaNcgPTv-7" parent="1" style="rounded=1;whiteSpace=wrap;html=1;arcSize=40;fontColor=#000000;fillColor=#ffffc0;strokeColor=#ff0000;" value="Inkommen" vertex="1">
          <mxGeometry height="40" width="120" x="260" y="190" as="geometry" />
        </mxCell>
        <mxCell id="CwNYav6DD1hfnaNcgPTv-20" parent="1" style="ellipse;html=1;shape=endState;fillColor=#000000;strokeColor=#ff0000;" value="" vertex="1">
          <mxGeometry height="30" width="30" x="305" y="600" as="geometry" />
        </mxCell>
        <mxCell id="CwNYav6DD1hfnaNcgPTv-21" edge="1" parent="1" source="CwNYav6DD1hfnaNcgPTv-7" style="edgeStyle=orthogonalEdgeStyle;html=1;verticalAlign=bottom;endArrow=open;endSize=8;strokeColor=#ff0000;rounded=0;align=left;" target="CwNYav6DD1hfnaNcgPTv-22" value="E: Personkontroll ok &lt;br&gt;&amp;nbsp; &amp;nbsp; &amp;amp; eID &amp;amp; &amp;gt;=15 år&lt;div&gt;&lt;br&gt;&lt;/div&gt;">
          <mxGeometry relative="1" x="0.3333" as="geometry">
            <mxPoint as="offset" />
            <Array as="points">
              <mxPoint x="140" y="210" />
              <mxPoint x="140" y="520" />
            </Array>
            <mxPoint x="330" y="440" as="sourcePoint" />
            <mxPoint x="330" y="500" as="targetPoint" />
          </mxGeometry>
        </mxCell>
        <mxCell id="CwNYav6DD1hfnaNcgPTv-22" parent="1" style="rounded=1;whiteSpace=wrap;html=1;arcSize=40;fontColor=#000000;fillColor=#ffffc0;strokeColor=#ff0000;" value="Godkänd" vertex="1">
          <mxGeometry height="40" width="120" x="260" y="500" as="geometry" />
        </mxCell>
        <mxCell id="CwNYav6DD1hfnaNcgPTv-23" edge="1" parent="1" source="CwNYav6DD1hfnaNcgPTv-22" style="edgeStyle=orthogonalEdgeStyle;html=1;verticalAlign=bottom;endArrow=open;endSize=8;strokeColor=#ff0000;rounded=0;" target="CwNYav6DD1hfnaNcgPTv-20" value="">
          <mxGeometry relative="1" as="geometry">
            <mxPoint x="330" y="600" as="targetPoint" />
          </mxGeometry>
        </mxCell>
        <mxCell id="CwNYav6DD1hfnaNcgPTv-24" parent="1" style="rounded=1;whiteSpace=wrap;html=1;arcSize=40;fontColor=#000000;fillColor=#ffffc0;strokeColor=#ff0000;" value="Avbruten" vertex="1">
          <mxGeometry height="40" width="120" x="526" y="500" as="geometry" />
        </mxCell>
        <mxCell id="CwNYav6DD1hfnaNcgPTv-25" edge="1" parent="1" source="CwNYav6DD1hfnaNcgPTv-24" style="edgeStyle=orthogonalEdgeStyle;html=1;verticalAlign=bottom;endArrow=open;endSize=8;strokeColor=#ff0000;rounded=0;" target="CwNYav6DD1hfnaNcgPTv-26" value="">
          <mxGeometry relative="1" as="geometry">
            <mxPoint x="511" y="600" as="targetPoint" />
          </mxGeometry>
        </mxCell>
        <mxCell id="CwNYav6DD1hfnaNcgPTv-26" parent="1" style="ellipse;html=1;shape=endState;fillColor=#000000;strokeColor=#ff0000;" value="" vertex="1">
          <mxGeometry height="30" width="30" x="570" y="600" as="geometry" />
        </mxCell>
        <mxCell id="CwNYav6DD1hfnaNcgPTv-27" edge="1" parent="1" source="CwNYav6DD1hfnaNcgPTv-7" style="edgeStyle=orthogonalEdgeStyle;html=1;verticalAlign=bottom;endArrow=open;endSize=8;strokeColor=#ff0000;rounded=0;align=left;" value="E: Personkontroll fel&lt;div&gt;E: Ersatt av ny&lt;/div&gt;">
          <mxGeometry relative="1" x="0.7826" as="geometry">
            <mxPoint as="offset" />
            <mxPoint x="400" y="210.0344827586207" as="sourcePoint" />
            <mxPoint x="606" y="500" as="targetPoint" />
          </mxGeometry>
        </mxCell>
        <mxCell id="CwNYav6DD1hfnaNcgPTv-28" edge="1" parent="1" source="CwNYav6DD1hfnaNcgPTv-22" style="edgeStyle=orthogonalEdgeStyle;html=1;verticalAlign=top;endArrow=open;endSize=8;strokeColor=#ff0000;rounded=0;" target="CwNYav6DD1hfnaNcgPTv-24" value="&lt;div style=&quot;text-align: left;&quot;&gt;E: Ersatt av ny&lt;/div&gt;">
          <mxGeometry relative="1" x="-0.1176" as="geometry">
            <mxPoint as="offset" />
            <mxPoint x="390" y="570" as="sourcePoint" />
            <mxPoint x="390" y="630" as="targetPoint" />
          </mxGeometry>
        </mxCell>
        <mxCell id="CwNYav6DD1hfnaNcgPTv-29" parent="1" style="rounded=1;whiteSpace=wrap;html=1;arcSize=40;fontColor=#000000;fillColor=#ffffc0;strokeColor=#ff0000;" value="Väntar" vertex="1">
          <mxGeometry height="40" width="120" x="260" y="290" as="geometry" />
        </mxCell>
        <mxCell id="CwNYav6DD1hfnaNcgPTv-32" edge="1" parent="1" source="CwNYav6DD1hfnaNcgPTv-7" style="edgeStyle=orthogonalEdgeStyle;html=1;verticalAlign=bottom;endArrow=open;endSize=8;strokeColor=#ff0000;rounded=0;align=left;" target="CwNYav6DD1hfnaNcgPTv-29" value="&lt;div&gt;&lt;span style=&quot;background-color: light-dark(#ffffff, var(--ge-dark-color, #121212)); color: light-dark(rgb(0, 0, 0), rgb(255, 255, 255));&quot;&gt;E: Personkontroll ok &amp;amp; &amp;lt;15 år&lt;/span&gt;&lt;/div&gt;&lt;div&gt;T: Inhämta samtycke&lt;/div&gt;">
          <mxGeometry relative="1" x="0.3333" as="geometry">
            <mxPoint as="offset" />
            <mxPoint x="340" y="440" as="sourcePoint" />
            <mxPoint x="320" y="300" as="targetPoint" />
          </mxGeometry>
        </mxCell>
        <mxCell id="CwNYav6DD1hfnaNcgPTv-33" edge="1" parent="1" source="CwNYav6DD1hfnaNcgPTv-29" style="edgeStyle=orthogonalEdgeStyle;html=1;verticalAlign=top;endArrow=open;endSize=8;strokeColor=#ff0000;rounded=0;align=left;" target="CwNYav6DD1hfnaNcgPTv-24" value="&lt;div&gt;E: Ersatt av ny&lt;/div&gt;&lt;div&gt;E: Samtycke ej inkommit&lt;/div&gt;">
          <mxGeometry relative="1" x="-0.7368" as="geometry">
            <mxPoint as="offset" />
            <Array as="points">
              <mxPoint x="570" y="310" />
            </Array>
            <mxPoint x="364" y="310" as="sourcePoint" />
            <mxPoint x="570" y="600" as="targetPoint" />
          </mxGeometry>
        </mxCell>
        <mxCell id="CwNYav6DD1hfnaNcgPTv-34" edge="1" parent="1" source="CwNYav6DD1hfnaNcgPTv-7" style="edgeStyle=orthogonalEdgeStyle;html=1;verticalAlign=top;endArrow=open;endSize=8;strokeColor=#ff0000;rounded=0;align=left;" target="CwNYav6DD1hfnaNcgPTv-29" value="E: Personkontroll ok&amp;nbsp;&lt;div&gt;&amp;nbsp; &amp;nbsp;&amp;amp; &amp;gt;=15 år &amp;amp; Anonym&lt;div&gt;T: Skicka underrättelse&lt;/div&gt;&lt;/div&gt;">
          <mxGeometry relative="1" x="-0.0714" as="geometry">
            <mxPoint as="offset" />
            <Array as="points">
              <mxPoint x="150" y="210" />
              <mxPoint x="150" y="310" />
            </Array>
            <mxPoint x="310" y="370" as="sourcePoint" />
            <mxPoint x="320" y="680" as="targetPoint" />
          </mxGeometry>
        </mxCell>
        <mxCell id="CwNYav6DD1hfnaNcgPTv-35" edge="1" parent="1" source="CwNYav6DD1hfnaNcgPTv-29" style="edgeStyle=orthogonalEdgeStyle;html=1;verticalAlign=bottom;endArrow=open;endSize=8;strokeColor=#ff0000;rounded=0;align=left;" target="CwNYav6DD1hfnaNcgPTv-22" value="E: Personkontroll ok&amp;nbsp;&lt;div&gt;&amp;nbsp; &amp;nbsp;&amp;amp; &amp;gt;=15 år &amp;amp; Anonym&lt;/div&gt;&lt;div&gt;&amp;nbsp; &amp;nbsp;&amp;amp; svarsdatum passerat&lt;/div&gt;">
          <mxGeometry relative="1" x="0.3333" as="geometry">
            <mxPoint as="offset" />
            <mxPoint x="380" y="380" as="sourcePoint" />
            <mxPoint x="380" y="440" as="targetPoint" />
          </mxGeometry>
        </mxCell>
        <mxCell id="RBlGg7IKd_uOqaQZYLn9-1" parent="1" style="text;align=center;fontStyle=1;verticalAlign=middle;spacingLeft=3;spacingRight=3;strokeColor=none;rotatable=0;points=[[0,0.5],[1,0.5]];portConstraint=eastwest;html=1;" value="Anmälan" vertex="1">
          <mxGeometry height="26" width="80" x="120" y="102" as="geometry" />
        </mxCell>
      </root>
    </mxGraphModel>
  </diagram>
</mxfile>
